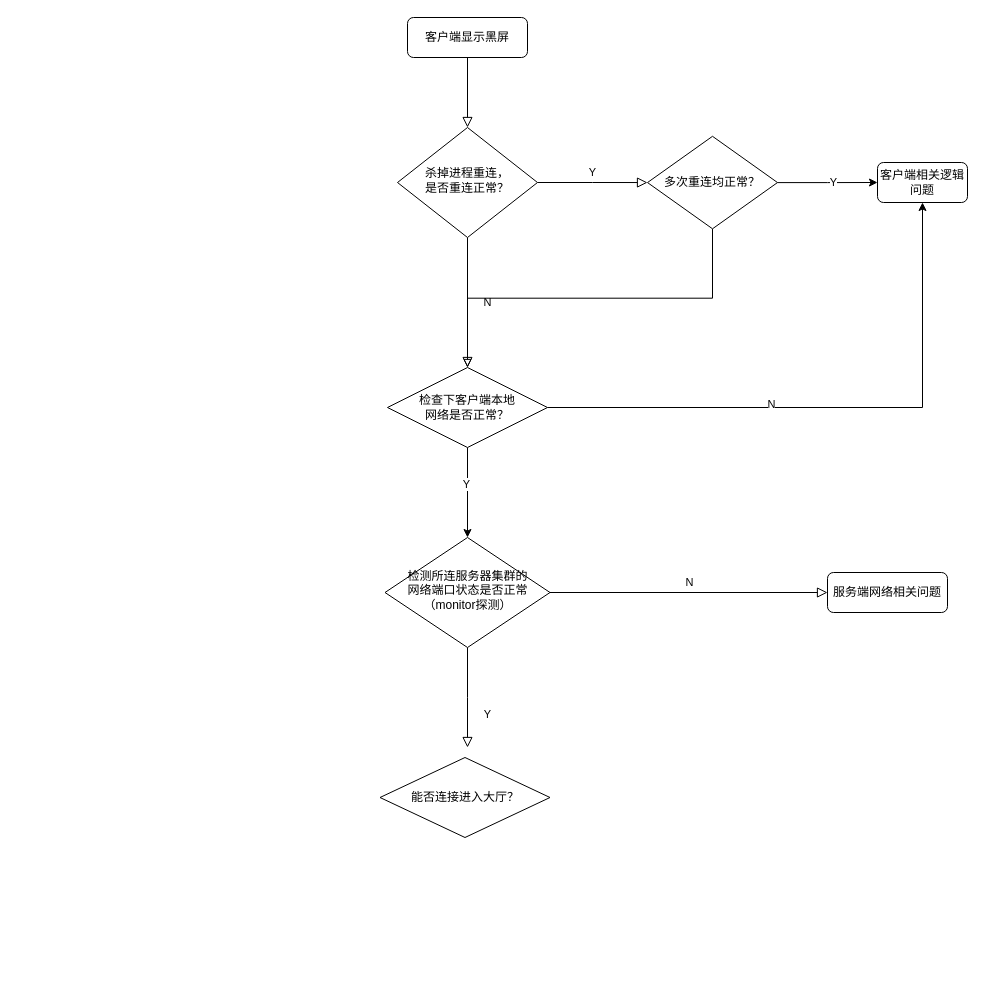
The draw.io diagram 网易/黑屏排查.drawio in Jacob0407/Diagram, before the edit. Source tidied: cells renumbered, new cells numbered last; positions are measured from the earlier drawing's top-left corner, leaving out a move shared by most shapes. Both pictures are drawn from the tidied source at 100%, with x=0, y=0 at pixel (379, 17).
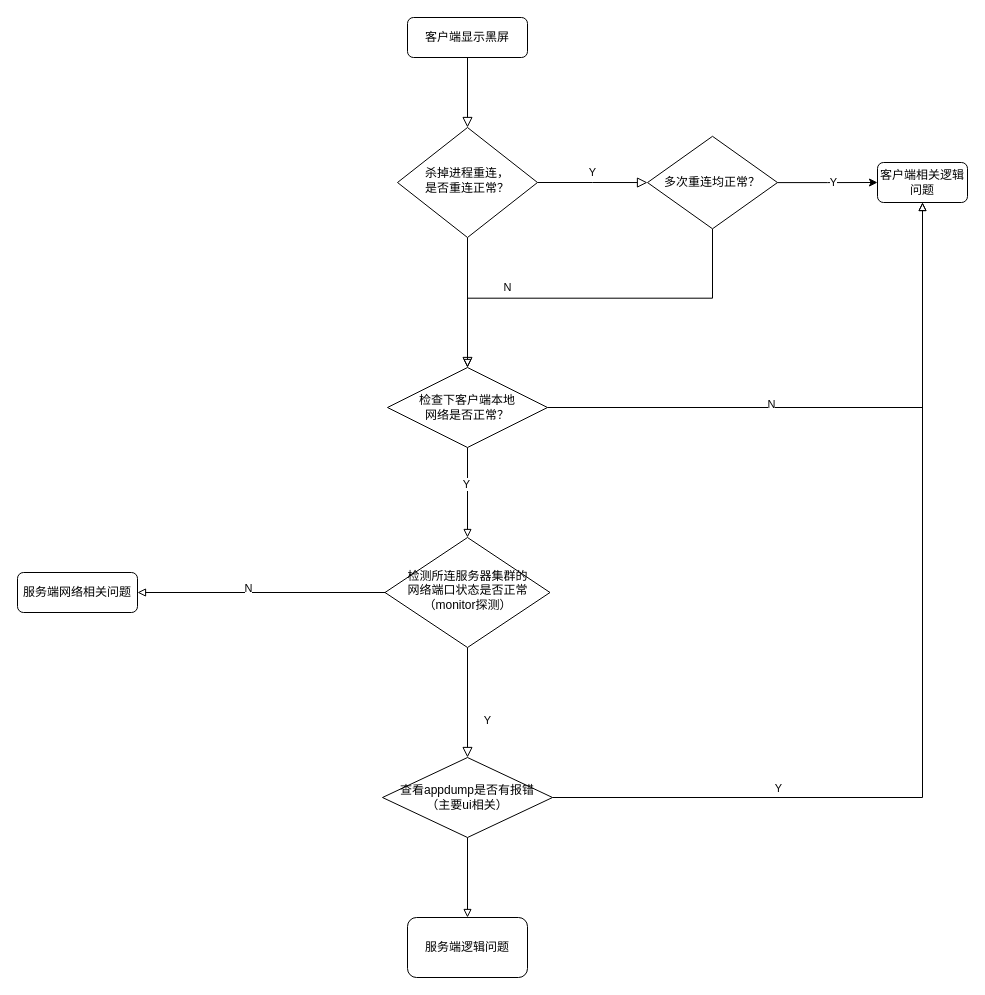
The same diagram, later.

Commit message:
更新黑屏排查.drawio

The change refers to these unchanged cells:
```xml
<mxCell id="6" value="杀掉进程重连，&lt;br&gt;是否重连正常？" style="rhombus;whiteSpace=wrap;html=1;shadow=0;fontFamily=Helvetica;fontSize=12;align=center;strokeWidth=1;spacing=6;spacingTop=-4;" parent="1" vertex="1">
  <mxGeometry x="18" y="110" width="140" height="110" as="geometry" />
</mxCell>
<mxCell id="7" value="客户端相关逻辑问题" style="rounded=1;whiteSpace=wrap;html=1;fontSize=12;glass=0;strokeWidth=1;shadow=0;" parent="1" vertex="1">
  <mxGeometry x="498" y="145" width="90" height="40" as="geometry" />
</mxCell>
<mxCell id="10" value="检测所连服务器集群的&lt;br&gt;网络端口状态是否正常&lt;br&gt;（monitor探测）" style="rhombus;whiteSpace=wrap;html=1;shadow=0;fontFamily=Helvetica;fontSize=12;align=center;strokeWidth=1;spacing=6;spacingTop=-4;" parent="1" vertex="1">
  <mxGeometry x="5.5" y="520" width="165" height="110" as="geometry" />
</mxCell>
<mxCell id="20" value="检查下客户端本地&lt;br&gt;网络是否正常？" style="rhombus;whiteSpace=wrap;html=1;" parent="1" vertex="1">
  <mxGeometry x="8" y="350" width="160" height="80" as="geometry" />
</mxCell>
```

Change to the diagram source:
```diff
@@
     <mxCell id="4" value="N" style="rounded=0;html=1;jettySize=auto;fontSize=11;endArrow=block;endFill=0;endSize=8;strokeWidth=1;shadow=0;labelBackgroundColor=none;edgeStyle=orthogonalEdgeStyle;entryX=0.5;entryY=0;entryDx=0;entryDy=0;" parent="1" edge="1" source="6" target="20">
-      <mxGeometry y="20" relative="1" as="geometry" />
+      <mxGeometry x="-0.23" y="40" relative="1" as="geometry" />
     </mxCell>
@@
-    <mxCell id="8" value="Y" style="rounded=0;html=1;jettySize=auto;fontSize=11;endArrow=block;endFill=0;endSize=8;strokeWidth=1;shadow=0;labelBackgroundColor=none;edgeStyle=orthogonalEdgeStyle;" parent="1" edge="1" source="10">
-      <mxGeometry x="0.33" y="20" relative="1" as="geometry">
-        <mxPoint x="88" y="730" as="targetPoint" />
-      </mxGeometry>
+    <mxCell id="8" value="Y" style="rounded=0;html=1;jettySize=auto;fontSize=11;endArrow=block;endFill=0;endSize=8;strokeWidth=1;shadow=0;labelBackgroundColor=none;edgeStyle=orthogonalEdgeStyle;entryX=0.5;entryY=0;entryDx=0;entryDy=0;" parent="1" edge="1" source="10" target="21">
+      <mxGeometry x="0.33" y="20" relative="1" as="geometry" />
     </mxCell>
+    <mxCell id="22" style="edgeStyle=orthogonalEdgeStyle;rounded=0;jettySize=auto;html=1;exitX=0;exitY=0.5;exitDx=0;exitDy=0;endArrow=block;endFill=0;" parent="1" edge="1" source="10" target="11">
+      <mxGeometry relative="1" as="geometry" />
+    </mxCell>
-    <mxCell id="9" value="N" style="edgeStyle=orthogonalEdgeStyle;rounded=0;html=1;jettySize=auto;fontSize=11;endArrow=block;endFill=0;endSize=8;strokeWidth=1;shadow=0;labelBackgroundColor=none;" parent="1" edge="1" source="10" target="11">
-      <mxGeometry y="10" relative="1" as="geometry" />
+    <mxCell id="9" value="N" style="edgeLabel;html=1;align=center;verticalAlign=middle;" parent="22" vertex="1">
+      <mxGeometry x="0.16" relative="1" as="geometry">
+        <mxPoint x="7" y="-5" as="offset" />
+      </mxGeometry>
     </mxCell>
@@
     <mxCell id="11" value="服务端网络相关问题" style="rounded=1;whiteSpace=wrap;html=1;fontSize=12;glass=0;strokeWidth=1;shadow=0;" parent="1" vertex="1">
-      <mxGeometry x="448" y="555" width="120" height="40" as="geometry" />
+      <mxGeometry x="-362" y="555" width="120" height="40" as="geometry" />
     </mxCell>
@@
-    <mxCell id="16" style="edgeStyle=orthogonalEdgeStyle;rounded=0;jettySize=auto;html=1;entryX=0.5;entryY=0;entryDx=0;entryDy=0;" parent="1" edge="1" source="20" target="10">
+    <mxCell id="16" style="edgeStyle=orthogonalEdgeStyle;rounded=0;jettySize=auto;html=1;entryX=0.5;entryY=0;entryDx=0;entryDy=0;endArrow=block;endFill=0;" parent="1" edge="1" source="20" target="10">
       <mxGeometry relative="1" as="geometry" />
     </mxCell>
@@
-    <mxCell id="18" style="edgeStyle=orthogonalEdgeStyle;rounded=0;jettySize=auto;html=1;entryX=0.5;entryY=1;entryDx=0;entryDy=0;" parent="1" edge="1" source="20" target="7">
+    <mxCell id="18" style="edgeStyle=orthogonalEdgeStyle;rounded=0;jettySize=auto;html=1;entryX=0.5;entryY=1;entryDx=0;entryDy=0;endArrow=block;endFill=0;" parent="1" edge="1" source="20" target="7">
       <mxGeometry relative="1" as="geometry" />
     </mxCell>
@@
+    <mxCell id="23" style="edgeStyle=orthogonalEdgeStyle;rounded=0;jettySize=auto;html=1;entryX=0.5;entryY=1;entryDx=0;entryDy=0;endArrow=block;endFill=0;" parent="1" edge="1" source="21" target="7">
+      <mxGeometry relative="1" as="geometry" />
+    </mxCell>
+    <mxCell id="24" value="Y" style="edgeLabel;html=1;align=center;verticalAlign=middle;" parent="23" vertex="1">
+      <mxGeometry x="-0.52" relative="1" as="geometry">
+        <mxPoint x="-7" y="-10" as="offset" />
+      </mxGeometry>
+    </mxCell>
+    <mxCell id="25" style="edgeStyle=orthogonalEdgeStyle;rounded=0;jettySize=auto;html=1;exitX=0.5;exitY=1;exitDx=0;exitDy=0;endArrow=block;endFill=0;" parent="1" edge="1" source="21" target="26">
+      <mxGeometry relative="1" as="geometry" />
+    </mxCell>
-    <mxCell id="21" value="能否连接进入大厅？" style="rhombus;whiteSpace=wrap;html=1;" parent="1" vertex="1">
-      <mxGeometry x="0.5" y="740" width="170" height="80" as="geometry" />
+    <mxCell id="21" value="查看appdump是否有报错&lt;br&gt;（主要ui相关）" style="rhombus;whiteSpace=wrap;html=1;" parent="1" vertex="1">
+      <mxGeometry x="3" y="740" width="170" height="80" as="geometry" />
     </mxCell>
+    <mxCell id="26" value="服务端逻辑问题" style="rounded=1;whiteSpace=wrap;html=1;" parent="1" vertex="1">
+      <mxGeometry x="28" y="900" width="120" height="60" as="geometry" />
+    </mxCell>
```
